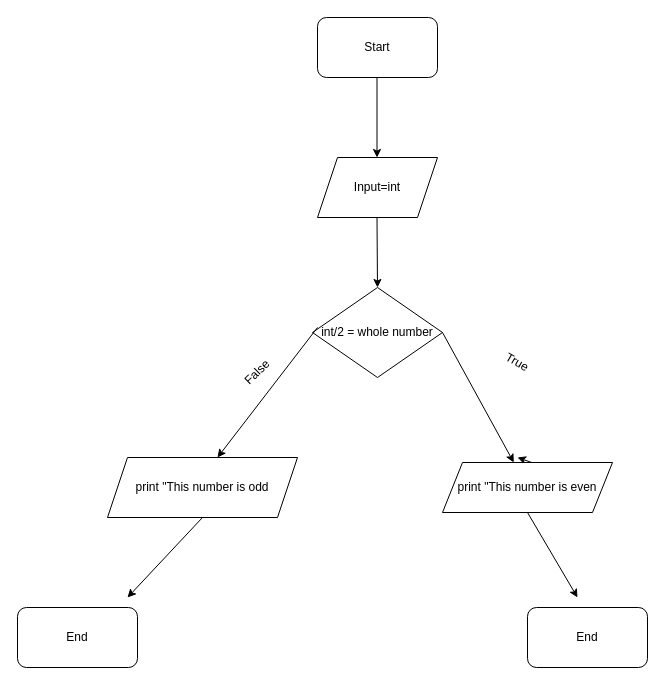
Above: odd_or_even.drawio in Aarushthegamemaster/Introduction-to-Python (draw.io), before the change. Source tidied: cells renumbered, new cells numbered last; positions are measured from the earlier drawing's top-left corner, leaving out a move shared by most shapes. Both pictures are drawn from the tidied source at 100%, with x=0, y=0 at pixel (17, 17).
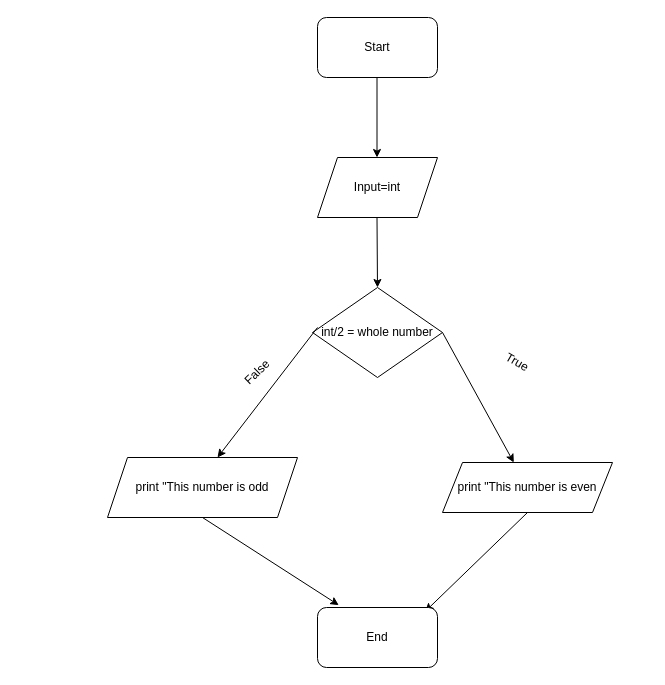
Above is the later version.

Unchanged cells that the change refers to:
```xml
<mxCell id="10" value="print &quot;This number is odd" style="shape=parallelogram;perimeter=parallelogramPerimeter;whiteSpace=wrap;html=1;fixedSize=1;" parent="1" vertex="1">
  <mxGeometry x="90" y="440" width="190" height="60" as="geometry" />
</mxCell>
<mxCell id="15" value="print &quot;This number is even" style="shape=parallelogram;perimeter=parallelogramPerimeter;whiteSpace=wrap;html=1;fixedSize=1;" parent="1" vertex="1">
  <mxGeometry x="425" y="445" width="170" height="50" as="geometry" />
</mxCell>
```

The edit, as a diff of the source:
```diff
@@
-    <mxCell id="7" style="endArrow=classic;html=1;rounded=0;exitX=1;exitY=0.5;exitDx=0;exitDy=0;" parent="1" edge="1" source="15">
-      <mxGeometry relative="1" as="geometry">
-        <mxPoint x="500" y="440" as="targetPoint" />
-      </mxGeometry>
-    </mxCell>
@@
-    <mxCell id="12" style="endArrow=classic;html=1;rounded=0;exitX=0.5;exitY=1;exitDx=0;exitDy=0;" parent="1" edge="1" source="15">
-      <mxGeometry relative="1" as="geometry">
-        <mxPoint x="560" y="580" as="targetPoint" />
-      </mxGeometry>
+    <mxCell id="12" style="endArrow=classic;html=1;rounded=0;exitX=0.5;exitY=1;exitDx=0;exitDy=0;entryX=0.897;entryY=0.067;entryDx=0;entryDy=0;entryPerimeter=0;" parent="1" edge="1" source="15" target="17">
+      <mxGeometry relative="1" as="geometry" />
     </mxCell>
-    <mxCell id="13" value="End" style="rounded=1;whiteSpace=wrap;html=1;" parent="1" vertex="1">
-      <mxGeometry x="510" y="590" width="120" height="60" as="geometry" />
-    </mxCell>
@@
-    <mxCell id="16" style="endArrow=classic;html=1;rounded=0;exitX=0.5;exitY=1;exitDx=0;exitDy=0;" parent="1" edge="1" source="10">
-      <mxGeometry relative="1" as="geometry">
-        <mxPoint x="110" y="580" as="targetPoint" />
-      </mxGeometry>
+    <mxCell id="16" style="endArrow=classic;html=1;rounded=0;exitX=0.5;exitY=1;exitDx=0;exitDy=0;entryX=0.177;entryY=-0.04;entryDx=0;entryDy=0;entryPerimeter=0;" parent="1" edge="1" source="10" target="17">
+      <mxGeometry relative="1" as="geometry" />
     </mxCell>
     <mxCell id="17" value="End" style="rounded=1;whiteSpace=wrap;html=1;" parent="1" vertex="1">
-      <mxGeometry y="590" width="120" height="60" as="geometry" />
+      <mxGeometry x="300" y="590" width="120" height="60" as="geometry" />
     </mxCell>
```
